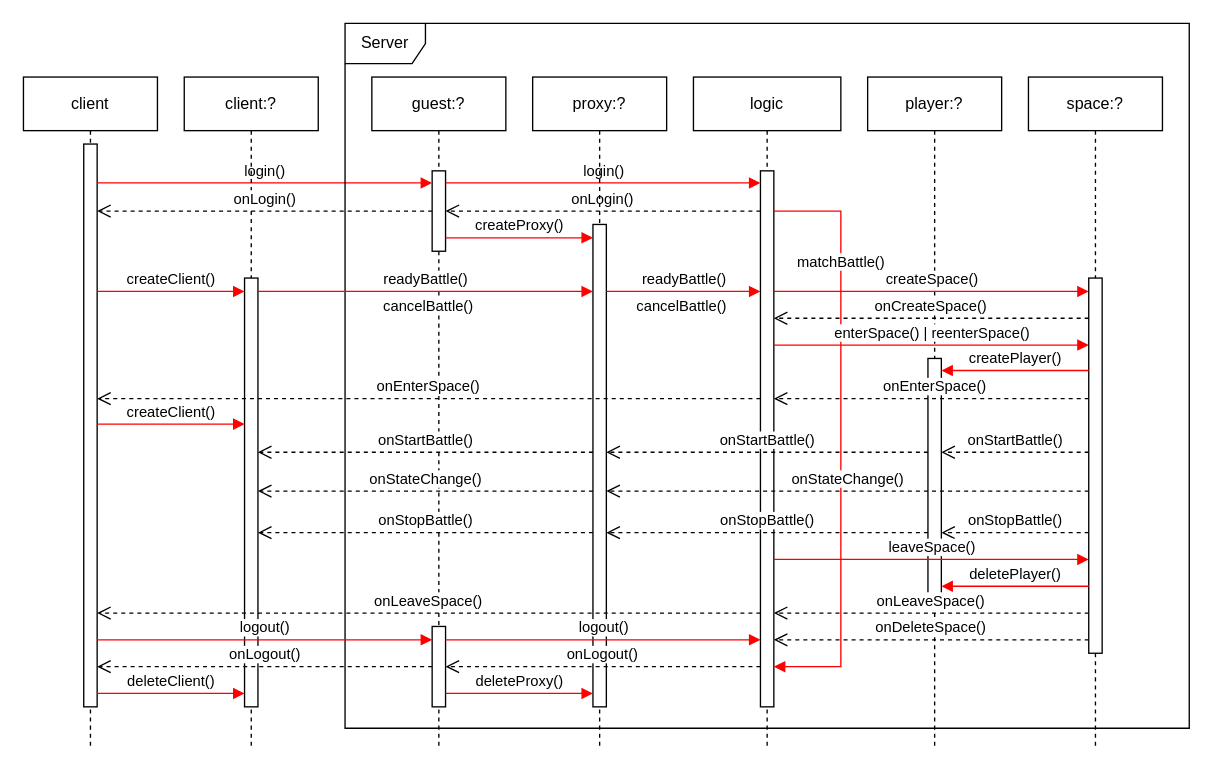
This is page "状态同步" (3 of 4) of Document/OpenMS.drawio from ChivenZhang/OpenMS, a draw.io file, before an edit. Source tidied: cells renumbered, new cells numbered last; positions are measured from the earlier drawing's top-left corner, leaving out a move shared by most shapes. Both pictures are drawn from the tidied source at 134%, with x=0, y=0 at pixel (23, 23).
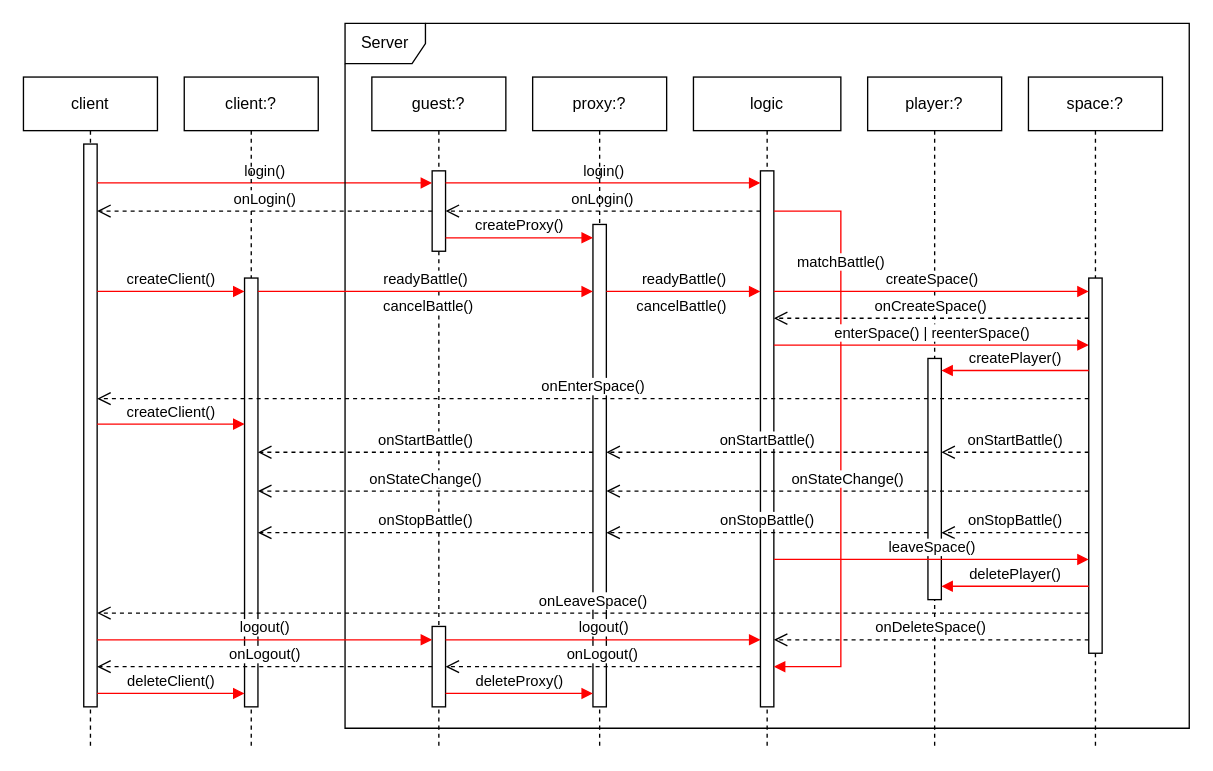
Above is the later version.

Unchanged cells that the change refers to:
```xml
<mxCell id="3" style="html=1;points=[[0,0,0,0,5],[0,1,0,0,-5],[1,0,0,0,5],[1,1,0,0,-5]];perimeter=orthogonalPerimeter;outlineConnect=0;targetShapes=umlLifeline;portConstraint=eastwest;newEdgeStyle={&quot;curved&quot;:0,&quot;rounded&quot;:0};" parent="2" vertex="1">
  <mxGeometry x="45" y="50" width="10" height="420" as="geometry" />
</mxCell>
<mxCell id="42" style="html=1;points=[[0,0,0,0,5],[0,1,0,0,-5],[1,0,0,0,5],[1,1,0,0,-5]];perimeter=orthogonalPerimeter;outlineConnect=0;targetShapes=umlLifeline;portConstraint=eastwest;newEdgeStyle={&quot;curved&quot;:0,&quot;rounded&quot;:0};" parent="41" vertex="1">
  <mxGeometry x="45" y="150" width="10" height="280" as="geometry" />
</mxCell>
```

The edit, as a diff of the source:
```diff
@@
-    <mxCell id="22" value="onEnterSpace()" style="html=1;verticalAlign=bottom;endArrow=open;endSize=8;curved=0;rounded=0;fillColor=#f8cecc;strokeColor=#000000;dashed=1;" parent="1" edge="1">
-      <mxGeometry x="-0.02" relative="1" as="geometry">
-        <mxPoint x="795" y="280" as="sourcePoint" />
-        <mxPoint x="560" y="280" as="targetPoint" />
-      </mxGeometry>
-    </mxCell>
-    <mxCell id="23" value="onEnterSpace()" style="html=1;verticalAlign=bottom;endArrow=open;dashed=1;endSize=8;curved=0;rounded=0;" parent="1" edge="1">
-      <mxGeometry relative="1" as="geometry">
-        <mxPoint x="550" y="280" as="sourcePoint" />
-        <mxPoint x="55" y="280" as="targetPoint" />
-      </mxGeometry>
-    </mxCell>
@@
-    <mxCell id="48" value="onLeaveSpace()" style="html=1;verticalAlign=bottom;endArrow=open;dashed=1;endSize=8;curved=0;rounded=0;" parent="1" edge="1" source="42">
+    <mxCell id="48" value="onLeaveSpace()" style="html=1;verticalAlign=bottom;endArrow=open;dashed=1;endSize=8;curved=0;rounded=0;" parent="1" edge="1">
       <mxGeometry relative="1" as="geometry">
-        <mxPoint x="560" y="440" as="targetPoint" />
+        <mxPoint x="795" y="440" as="sourcePoint" />
+        <mxPoint x="55" y="440" as="targetPoint" />
       </mxGeometry>
     </mxCell>
-    <mxCell id="49" value="onLeaveSpace()" style="html=1;verticalAlign=bottom;endArrow=open;dashed=1;endSize=8;curved=0;rounded=0;" parent="1" edge="1">
-      <mxGeometry relative="1" as="geometry">
-        <mxPoint x="550" y="440" as="sourcePoint" />
-        <mxPoint x="55" y="440" as="targetPoint" />
-      </mxGeometry>
-    </mxCell>
@@
+    <mxCell id="23" value="onEnterSpace()" style="html=1;verticalAlign=bottom;endArrow=open;dashed=1;endSize=8;curved=0;rounded=0;" parent="1" edge="1" target="3">
+      <mxGeometry relative="1" as="geometry">
+        <mxPoint x="795" y="280" as="sourcePoint" />
+      </mxGeometry>
+    </mxCell>
```
